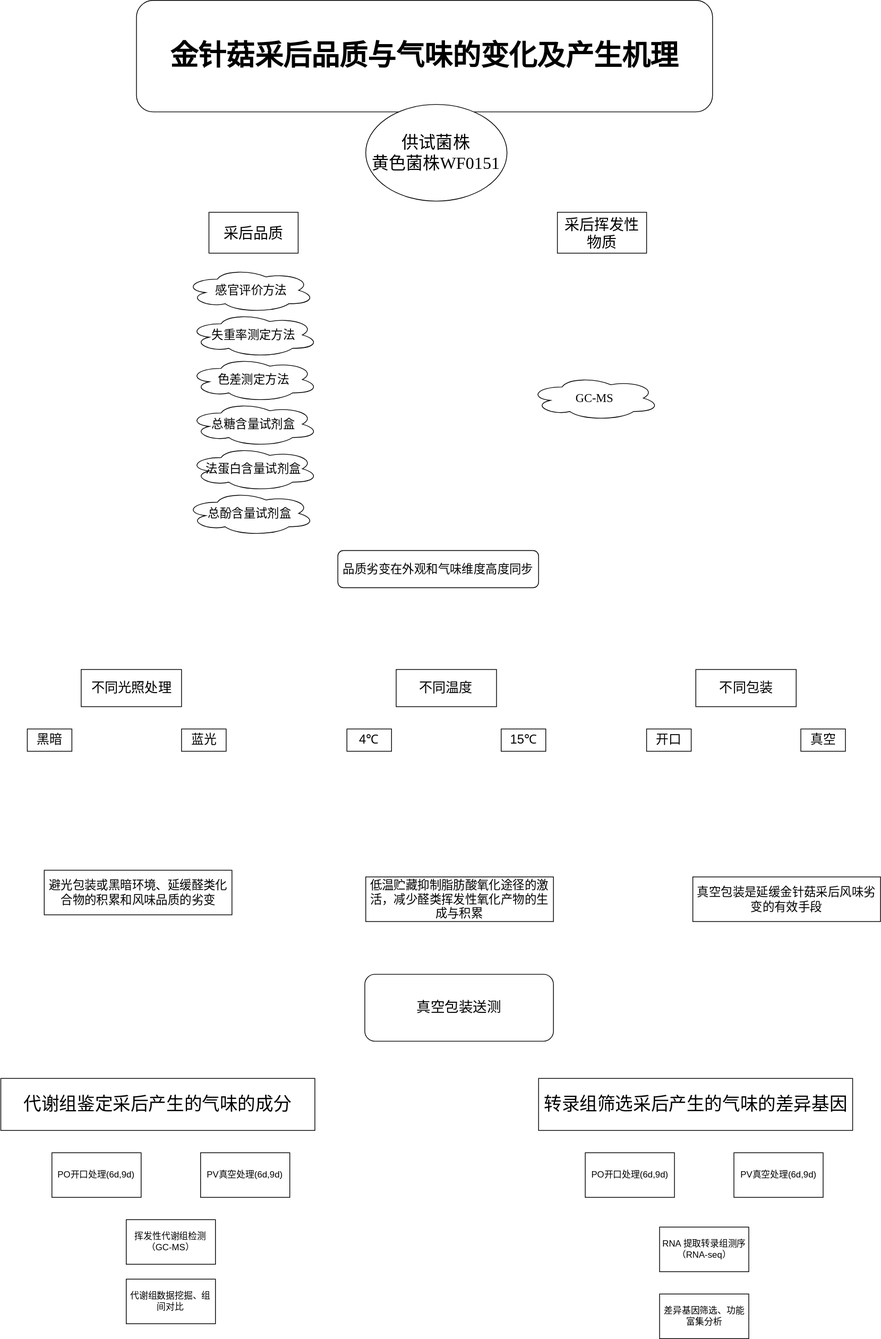
Darling-02-02/study keeps this draw.io diagram as BBBY.svg. Above is the earlier version. Source tidied: cells renumbered, new cells last; positions are measured from the earlier drawing's top-left corner, leaving out a move shared by most shapes.
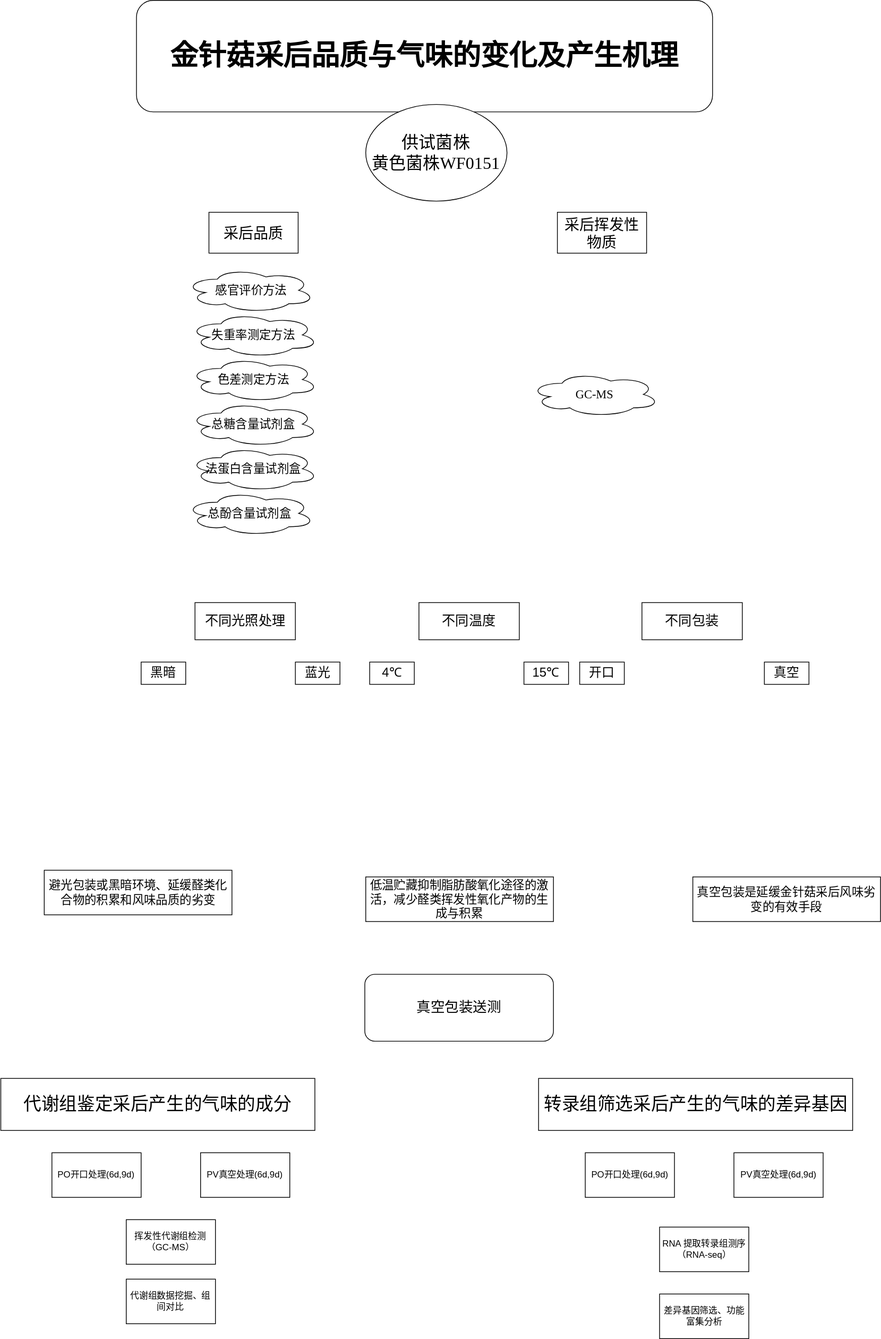
After the change.

What changed in the source:
```diff
@@ -11,9 +11,6 @@
     <mxCell id="4" value="&lt;font style=&quot;font-size: 23px;&quot; face=&quot;Times New Roman&quot;&gt;供试菌株&lt;/font&gt;&lt;div&gt;&lt;font style=&quot;font-size: 23px;&quot; face=&quot;Times New Roman&quot;&gt;黄色菌株&lt;span lang=&quot;EN-US&quot; style=&quot;&quot;&gt;WF0151&lt;/span&gt;&lt;/font&gt;&lt;/div&gt;" style="ellipse;whiteSpace=wrap;html=1;" parent="1" vertex="1">
       <mxGeometry x="491.4" y="140" width="190" height="130" as="geometry" />
     </mxCell>
-    <mxCell id="5" value="&lt;font style=&quot;font-size: 16px;&quot;&gt;&lt;div style=&quot;text-align: center;&quot;&gt;品质劣变在外观和气味维度高度同步&lt;/div&gt;&lt;/font&gt;" style="rounded=1;whiteSpace=wrap;html=1;direction=south;" parent="1" vertex="1">
-      <mxGeometry x="453.9" y="740" width="270" height="50" as="geometry" />
-    </mxCell>
     <mxCell id="6" style="edgeStyle=orthogonalEdgeStyle;rounded=0;orthogonalLoop=1;jettySize=auto;html=1;innerLoopWaypoints=1;exitX=0.5;exitY=1;exitDx=0;exitDy=0;" parent="1" edge="1">
       <mxGeometry relative="1" as="geometry">
         <mxPoint x="1026.7" y="452.5" as="sourcePoint" />
@@ -21,7 +18,7 @@
       </mxGeometry>
     </mxCell>
     <mxCell id="7" value="&lt;font style=&quot;font-size: 18px;&quot;&gt;不同光照处理&lt;/font&gt;" style="rounded=0;whiteSpace=wrap;html=1;" parent="1" vertex="1">
-      <mxGeometry x="108.6" y="900" width="135" height="50" as="geometry" />
+      <mxGeometry x="261.7" y="810" width="135" height="50" as="geometry" />
     </mxCell>
     <mxCell id="8" value="&lt;span style=&quot;font-size:12.0pt;font-family:宋体;&lt;br/&gt;mso-ascii-font-family:&amp;quot;Times New Roman&amp;quot;;mso-fareast-theme-font:minor-fareast;&lt;br/&gt;mso-hansi-font-family:&amp;quot;Times New Roman&amp;quot;;mso-bidi-font-family:&amp;quot;Times New Roman&amp;quot;;&lt;br/&gt;mso-font-kerning:1.0pt;mso-ansi-language:EN-US;mso-fareast-language:ZH-CN;&lt;br/&gt;mso-bidi-language:AR-SA&quot;&gt;总糖含量试剂盒&lt;/span&gt;" style="ellipse;shape=cloud;whiteSpace=wrap;html=1;" parent="1" vertex="1">
       <mxGeometry x="253" y="540" width="175" height="60" as="geometry" />
@@ -42,19 +39,19 @@
       <mxGeometry x="749.2" y="285" width="120" height="55" as="geometry" />
     </mxCell>
     <mxCell id="14" value="&lt;span style=&quot;font-family: 黑体; font-size: 16px;&quot;&gt;GC-MS&lt;/span&gt;" style="ellipse;shape=cloud;whiteSpace=wrap;html=1;" parent="1" vertex="1">
-      <mxGeometry x="711.7" y="505" width="175" height="60" as="geometry" />
+      <mxGeometry x="711.7" y="500" width="175" height="60" as="geometry" />
     </mxCell>
     <mxCell id="15" value="&lt;font style=&quot;font-size: 18px;&quot;&gt;不同温度&lt;/font&gt;" style="rounded=0;whiteSpace=wrap;html=1;" parent="1" vertex="1">
-      <mxGeometry x="532.4" y="900" width="135" height="50" as="geometry" />
+      <mxGeometry x="563" y="810" width="135" height="50" as="geometry" />
     </mxCell>
     <mxCell id="16" value="&lt;font style=&quot;font-size: 18px;&quot;&gt;不同包装&lt;/font&gt;" style="rounded=0;whiteSpace=wrap;html=1;" parent="1" vertex="1">
-      <mxGeometry x="935.5" y="900" width="135" height="50" as="geometry" />
+      <mxGeometry x="863" y="810" width="135" height="50" as="geometry" />
     </mxCell>
     <mxCell id="17" value="&lt;font style=&quot;font-size: 17px;&quot;&gt;蓝光&lt;/font&gt;" style="rounded=0;whiteSpace=wrap;html=1;" parent="1" vertex="1">
-      <mxGeometry x="243.6" y="980" width="60" height="30" as="geometry" />
+      <mxGeometry x="396.7" y="890" width="60" height="30" as="geometry" />
     </mxCell>
     <mxCell id="18" value="&lt;font style=&quot;font-size: 17px;&quot;&gt;黑暗&lt;/font&gt;" style="rounded=0;whiteSpace=wrap;html=1;" parent="1" vertex="1">
-      <mxGeometry x="36.1" y="980" width="60" height="30" as="geometry" />
+      <mxGeometry x="189.2" y="890" width="60" height="30" as="geometry" />
     </mxCell>
     <mxCell id="19" value="&lt;span style=&quot;font-size: 24px;&quot;&gt;代谢组鉴定采后产生的气味的成分&lt;/span&gt;" style="rounded=0;whiteSpace=wrap;html=1;" parent="1" vertex="1">
       <mxGeometry x="0.5" y="1450" width="422.5" height="70" as="geometry" />
@@ -102,16 +99,16 @@
       <mxGeometry x="723.9" y="1450" width="422.5" height="70" as="geometry" />
     </mxCell>
     <mxCell id="34" value="&lt;span style=&quot;font-size: 17px;&quot;&gt;15℃&lt;/span&gt;" style="rounded=0;whiteSpace=wrap;html=1;" parent="1" vertex="1">
-      <mxGeometry x="673.6" y="980" width="60" height="30" as="geometry" />
+      <mxGeometry x="704.2" y="890" width="60" height="30" as="geometry" />
     </mxCell>
     <mxCell id="35" value="&lt;span style=&quot;font-size: 17px;&quot;&gt;4℃&lt;/span&gt;" style="rounded=0;whiteSpace=wrap;html=1;" parent="1" vertex="1">
-      <mxGeometry x="466.1" y="980" width="60" height="30" as="geometry" />
+      <mxGeometry x="496.8" y="890" width="60" height="30" as="geometry" />
     </mxCell>
     <mxCell id="36" value="&lt;span style=&quot;font-size: 17px;&quot;&gt;真空&lt;/span&gt;" style="rounded=0;whiteSpace=wrap;html=1;" parent="1" vertex="1">
-      <mxGeometry x="1076.8" y="980" width="60" height="30" as="geometry" />
+      <mxGeometry x="1027.7" y="890" width="60" height="30" as="geometry" />
     </mxCell>
     <mxCell id="37" value="&lt;span style=&quot;font-size: 17px;&quot;&gt;开口&lt;/span&gt;" style="rounded=0;whiteSpace=wrap;html=1;" parent="1" vertex="1">
-      <mxGeometry x="869.2" y="980" width="60" height="30" as="geometry" />
+      <mxGeometry x="779.2" y="890" width="60" height="30" as="geometry" />
     </mxCell>
   </root>
 </mxGraphModel>
```
